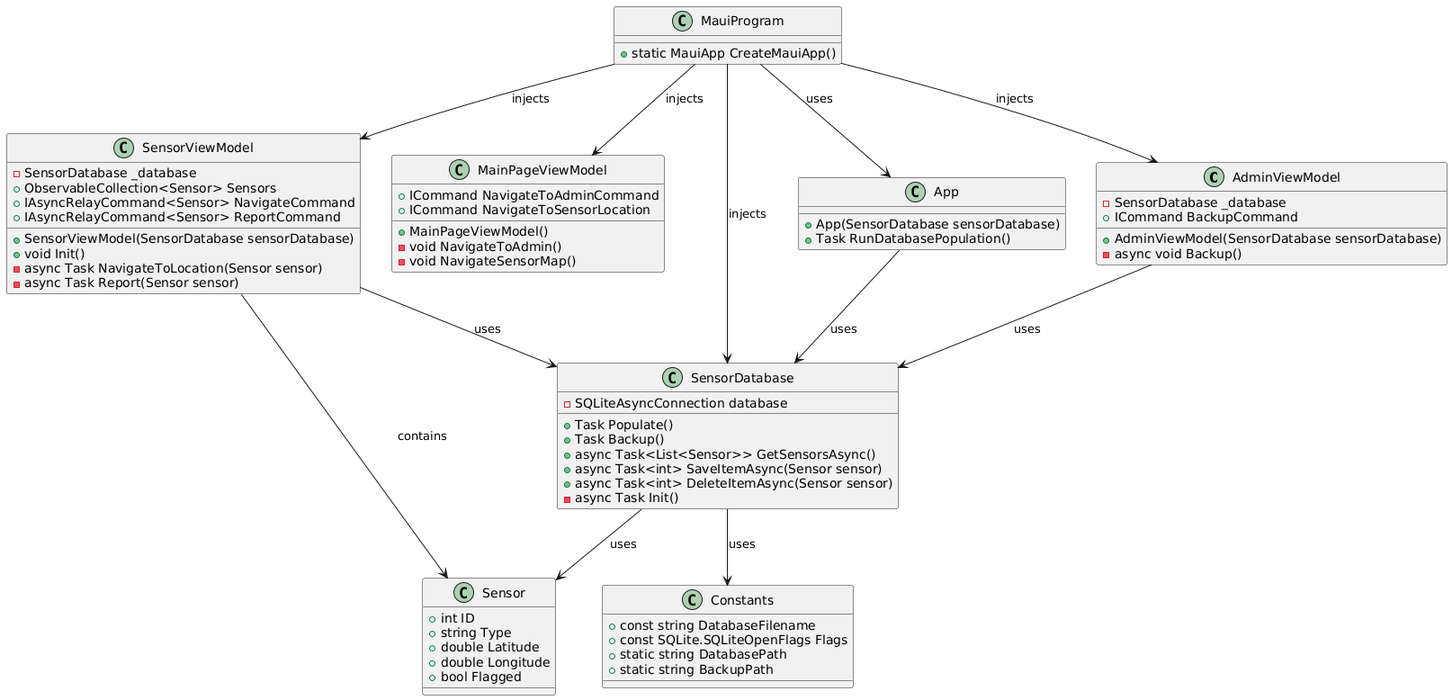
Above: UML/Class Diagram.png in Software-Engineering-Group-Project-BMDD/Assessment2 (PlantUML), before the change. Its diagram source:
```plantuml
@startuml
class AdminViewModel {
    - SensorDatabase _database
    + AdminViewModel(SensorDatabase sensorDatabase)
    + ICommand BackupCommand
    - async void Backup()
}

class MainPageViewModel {
    + ICommand NavigateToAdminCommand
    + ICommand NavigateToSensorLocation
    + MainPageViewModel()
    - void NavigateToAdmin()
    - void NavigateSensorMap()
}

class SensorViewModel {
    - SensorDatabase _database
    + ObservableCollection<Sensor> Sensors
    + IAsyncRelayCommand<Sensor> NavigateCommand
    + IAsyncRelayCommand<Sensor> ReportCommand
    + SensorViewModel(SensorDatabase sensorDatabase)
    + void Init()
    - async Task NavigateToLocation(Sensor sensor)
    - async Task Report(Sensor sensor)
}

class Constants {
    + const string DatabaseFilename
    + const SQLite.SQLiteOpenFlags Flags
    + static string DatabasePath
    + static string BackupPath
}

class SensorDatabase {
    - SQLiteAsyncConnection database
    + Task Populate()
    + Task Backup()
    + async Task<List<Sensor>> GetSensorsAsync()
    + async Task<int> SaveItemAsync(Sensor sensor)
    + async Task<int> DeleteItemAsync(Sensor sensor)
    - async Task Init()
}

class MauiProgram {
    + static MauiApp CreateMauiApp()
}

class App {
    + App(SensorDatabase sensorDatabase)
    + Task RunDatabasePopulation()
}

class Sensor {
    + int ID
    + string Type
    + double Latitude
    + double Longitude
    + bool Flagged
}

AdminViewModel --> SensorDatabase : uses
SensorViewModel --> SensorDatabase : uses
SensorViewModel --> Sensor : contains
SensorDatabase --> Sensor : uses
MauiProgram --> MainPageViewModel : injects
MauiProgram --> AdminViewModel : injects
MauiProgram --> SensorViewModel : injects
MauiProgram --> SensorDatabase : injects
MauiProgram --> App : uses
App --> SensorDatabase : uses
SensorDatabase --> Constants : uses
@enduml
```
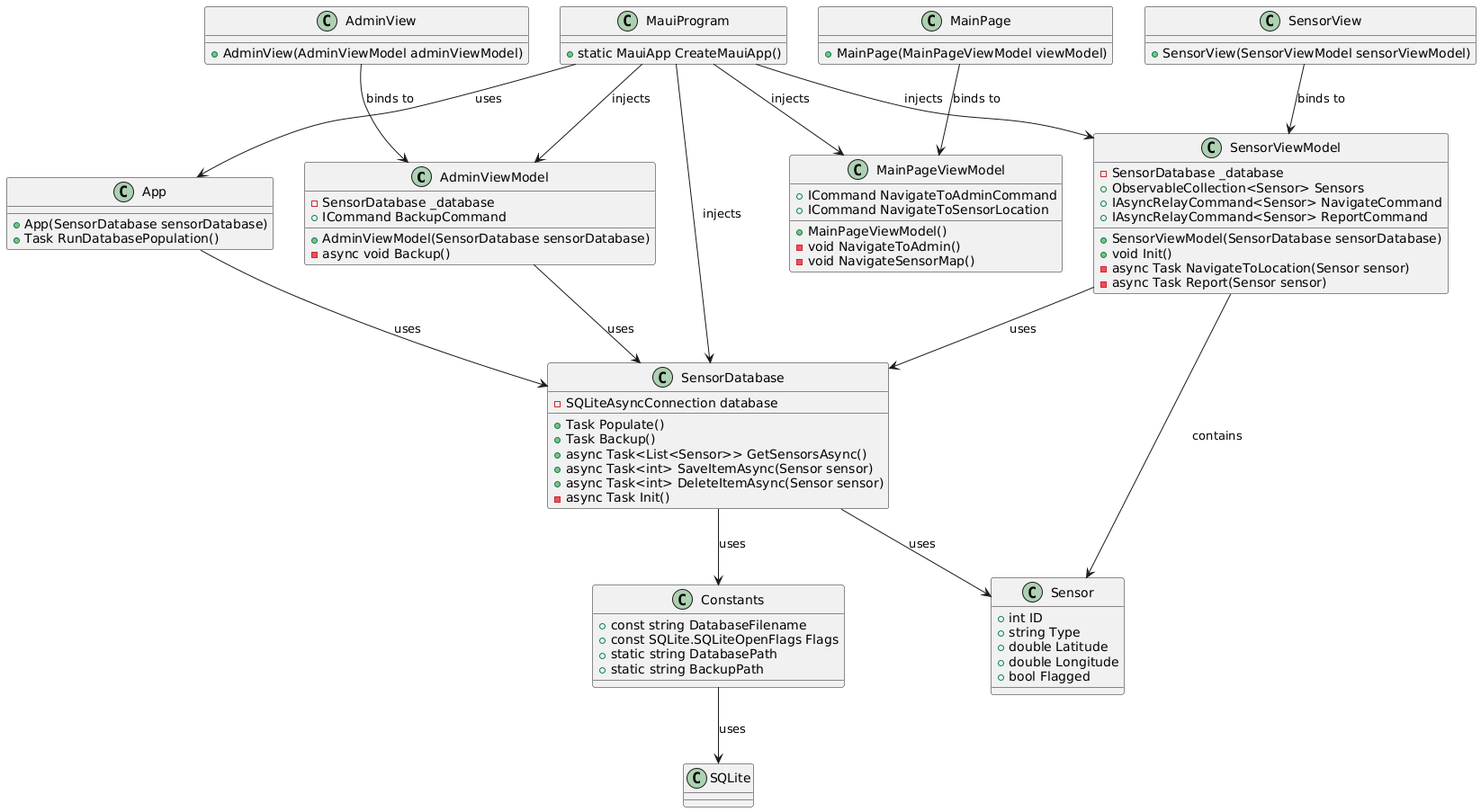
Above is the later version.

Change to the diagram source:
```diff
@@ -1,4 +1,5 @@
 @startuml
+
 class AdminViewModel {
     - SensorDatabase _database
     + AdminViewModel(SensorDatabase sensorDatabase)
@@ -59,15 +60,32 @@
     + bool Flagged
 }
 
+class AdminView {
+    + AdminView(AdminViewModel adminViewModel)
+}
+
+class MainPage {
+    + MainPage(MainPageViewModel viewModel)
+}
+
+class SensorView {
+    + SensorView(SensorViewModel sensorViewModel)
+}
+
+
 AdminViewModel --> SensorDatabase : uses
 SensorViewModel --> SensorDatabase : uses
 SensorViewModel --> Sensor : contains
+Constants --> SQLite : uses
 SensorDatabase --> Sensor : uses
+SensorDatabase --> Constants : uses
 MauiProgram --> MainPageViewModel : injects
 MauiProgram --> AdminViewModel : injects
 MauiProgram --> SensorViewModel : injects
 MauiProgram --> SensorDatabase : injects
 MauiProgram --> App : uses
 App --> SensorDatabase : uses
-SensorDatabase --> Constants : uses
+AdminView --> AdminViewModel : binds to
+MainPage --> MainPageViewModel : binds to
+SensorView --> SensorViewModel : binds to
 @enduml
```
